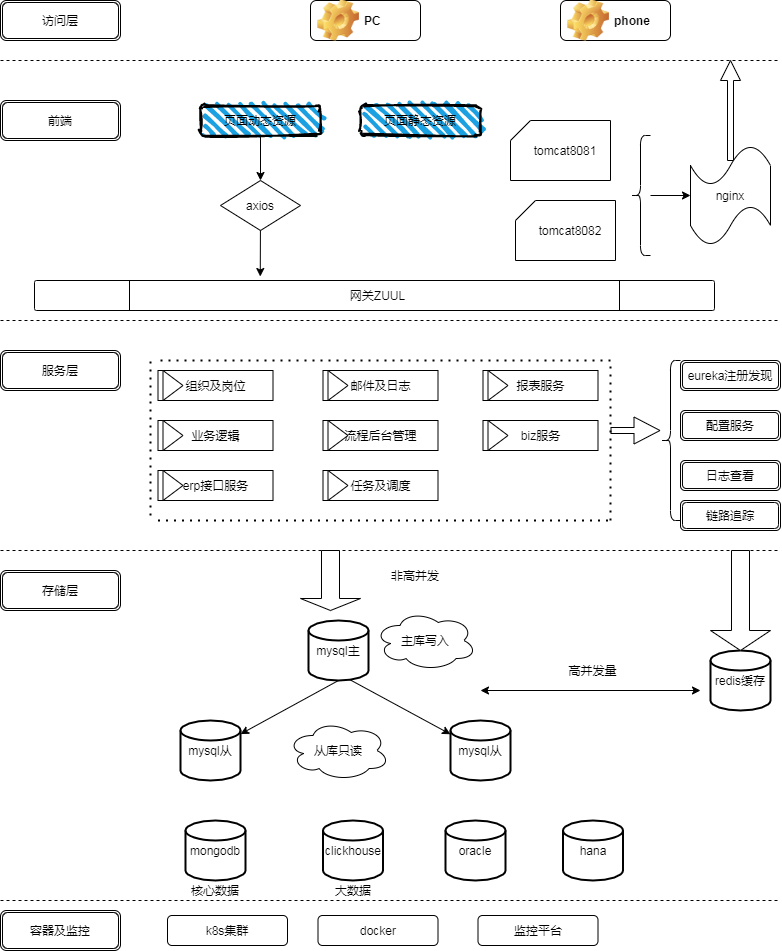
The draw.io diagram BPM流程中心.png in daofuzhang/demo, before a commit. Source tidied: cells renumbered, new cells last; positions are measured from the earlier drawing's top-left corner, leaving out a move shared by most shapes.
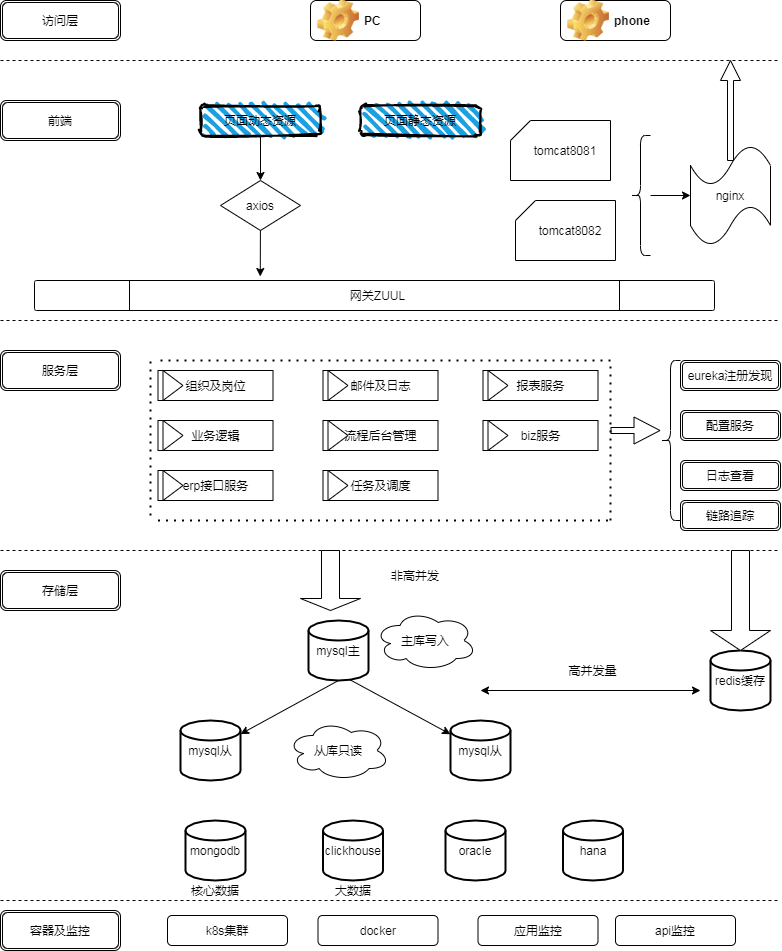
Above is the later version.

The edit, as a diff of the source:
```diff
@@ -251,8 +251,11 @@
     <mxCell id="74" value="docker" style="rounded=1;whiteSpace=wrap;html=1;" parent="1" vertex="1">
       <mxGeometry x="317.5" y="915" width="120" height="30" as="geometry" />
     </mxCell>
-    <mxCell id="75" value="监控平台" style="rounded=1;whiteSpace=wrap;html=1;" parent="1" vertex="1">
+    <mxCell id="75" value="应用监控" style="rounded=1;whiteSpace=wrap;html=1;" parent="1" vertex="1">
       <mxGeometry x="477.5" y="915" width="120" height="30" as="geometry" />
     </mxCell>
+    <mxCell id="76" value="api监控" style="rounded=1;whiteSpace=wrap;html=1;" parent="1" vertex="1">
+      <mxGeometry x="615" y="915" width="120" height="30" as="geometry" />
+    </mxCell>
   </root>
 </mxGraphModel>
```
